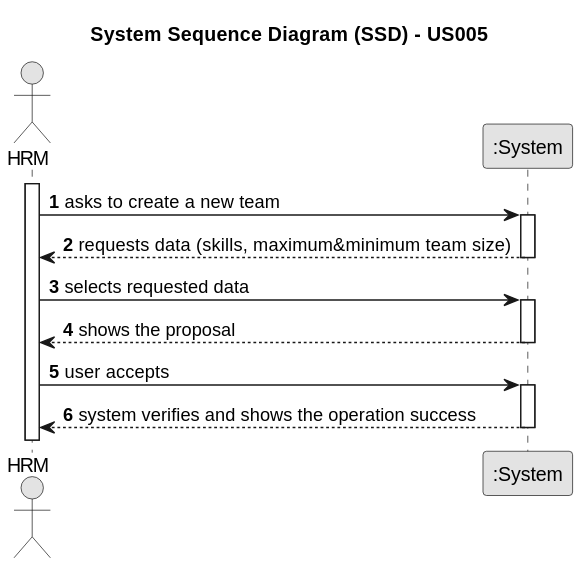
Earlier version of the PlantUML export docs/sprintB/us005/01.requirements-engineering/svg/us005-system-sequence-diagram-alternative-one.svg (ricardomm7/leaflink).
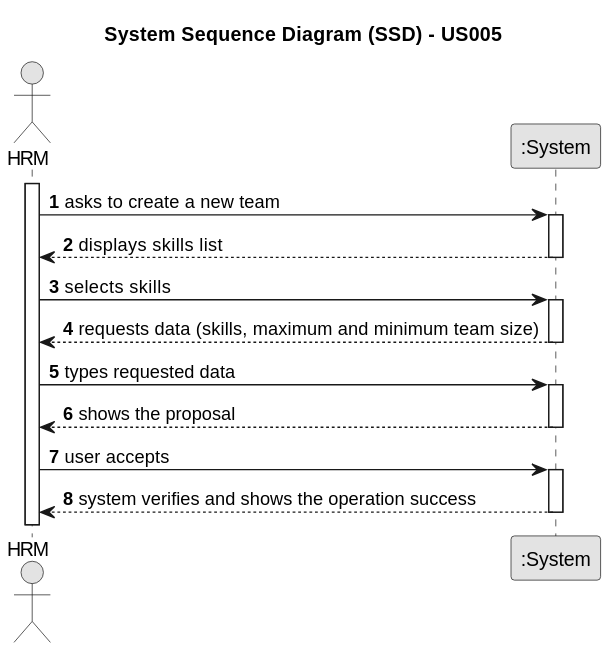
After the change.

Diff of the diagram source:
```diff
@@ -15,10 +15,16 @@
     HRM -> System : asks to create a new team
     activate System
 
-        System --> HRM : requests data (skills, maximum&minimum team size)
+    System --> HRM : displays skills list
+        deactivate System
+
+    HRM -> System : selects skills
+    activate System
+
+        System --> HRM : requests data (skills, maximum and minimum team size)
     deactivate System
 
-    HRM -> System : selects requested data
+    HRM -> System : types requested data
     activate System
 
         System --> HRM : shows the proposal
```
